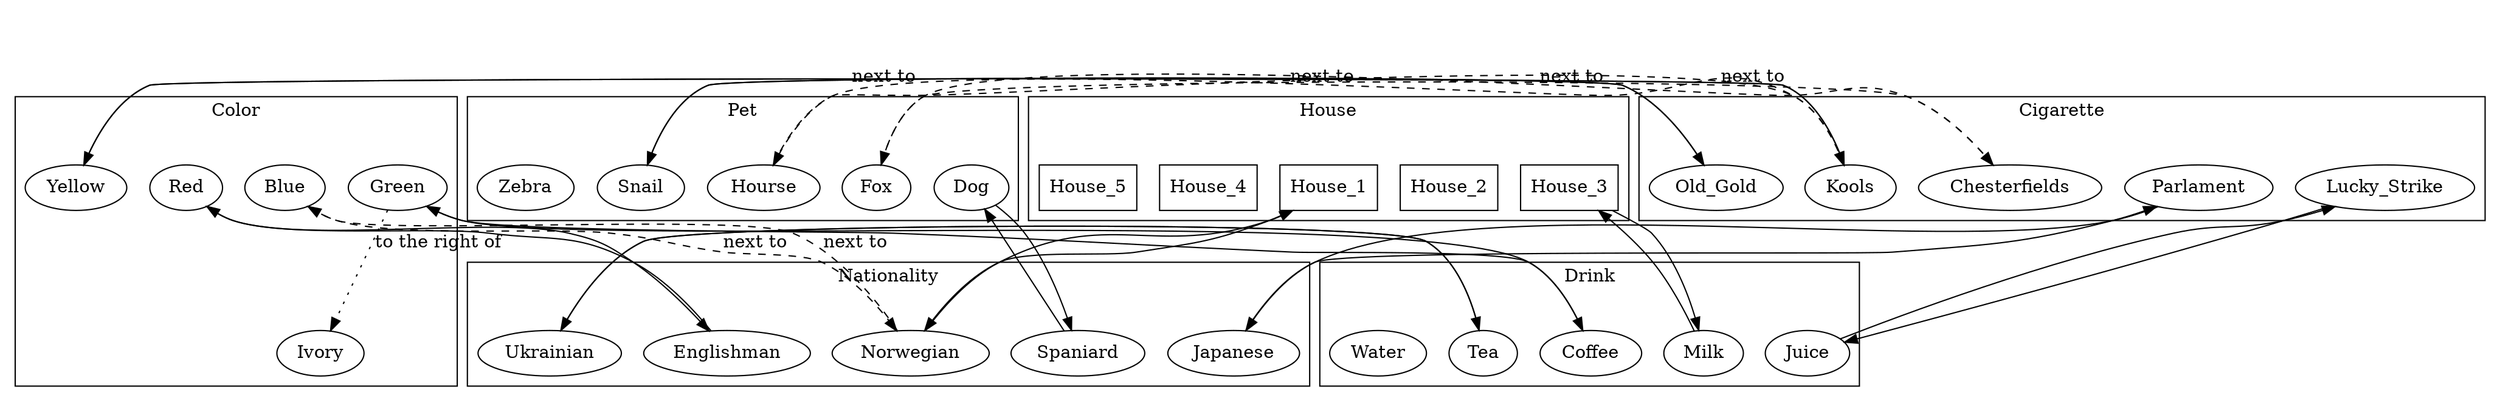
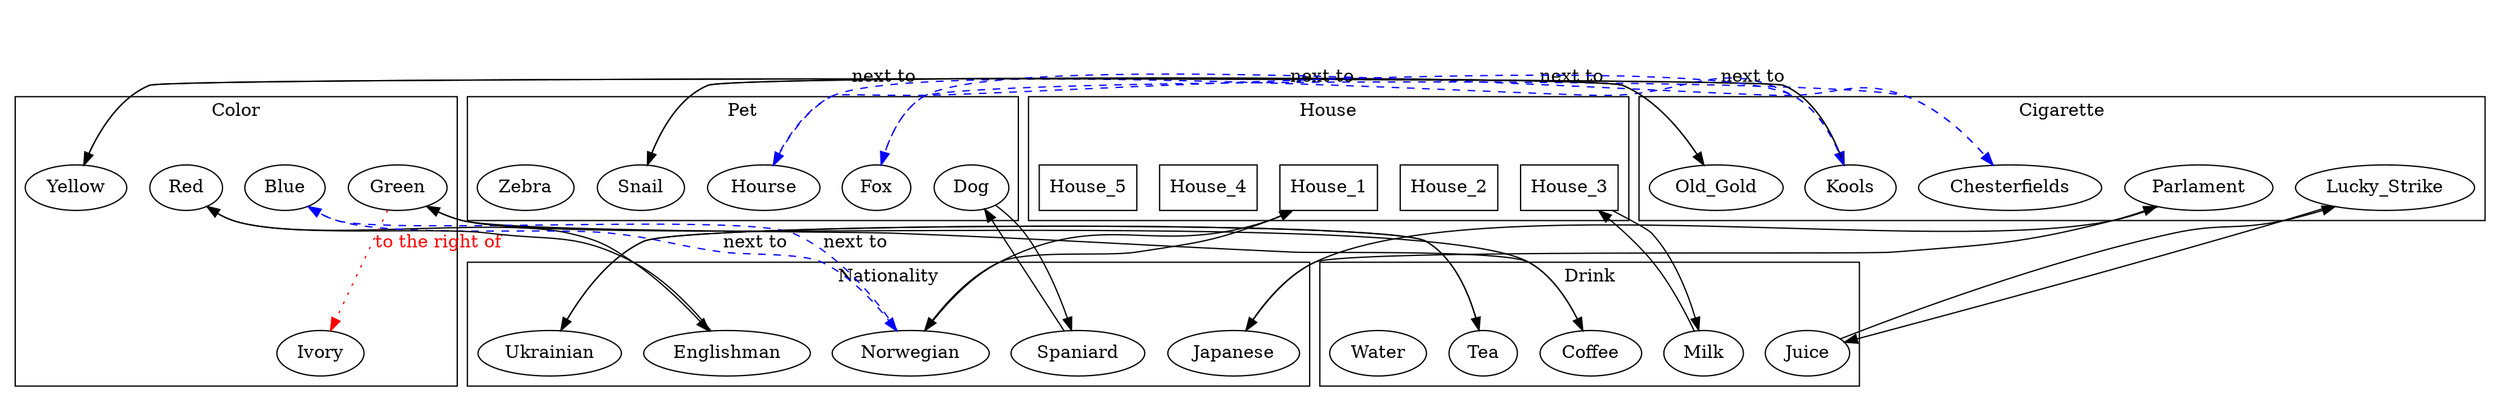
digraph G {
    subgraph cluster_house {
        House_1, House_2, House_3, House_4, House_5 [shape=box];
        label="House";
    }

    subgraph cluster_color {
        Ivory, Yellow, Red, Green, Blue;
        label="Color";
    }

    subgraph cluster_nation {
        Englishman, Spaniard, Ukrainian, Japanese, Norwegian;
        label="Nationality";
    }

    subgraph cluster_pet {
        Dog, Hourse, Snail, Fox, Zebra;
        label="Pet";
    }

    subgraph cluster_cigarette {
        Old_Gold, Chesterfields, Lucky_Strike, Kools, Parlament;
        label="Cigarette";
    }

    subgraph cluster_drink {
        Coffee, Milk, Tea, Juice, Water;
        label="Drink";
    }

    Englishman -> Red;
    Red -> Englishman;

    Spaniard -> Dog;
    Dog -> Spaniard;

    Coffee -> Green;
    Green -> Coffee;

    Ukrainian -> Tea;
    Tea -> Ukrainian;

-     Green -> Ivory [label="to the right of" style=dotted];
+     Green -> Ivory [label=<<font color="red">to the right of</font>> style=dotted color="red"];

    Old_Gold -> Snail;
    Snail -> Old_Gold;

    Kools -> Yellow;
    Yellow -> Kools;

    Milk -> House_3;
    House_3 -> Milk;

    Norwegian -> House_1;
    House_1 -> Norwegian;

-     Chesterfields -> Fox [label="next to" style=dashed];
-     Fox -> Chesterfields [label="next to" style=dashed];
+     Chesterfields -> Fox [label="next to" style=dashed color="blue"];
+     Fox -> Chesterfields [label="next to" style=dashed color="blue"];

-     Kools -> Hourse [label="next to" style=dashed];
-     Hourse -> Kools [label="next to" style=dashed];
+     Kools -> Hourse [label="next to" style=dashed color="blue"];
+     Hourse -> Kools [label="next to" style=dashed color="blue"];

    Lucky_Strike -> Juice;
    Juice -> Lucky_Strike;

    Japanese -> Parlament;
    Parlament -> Japanese;

-     Norwegian -> Blue [label="next to" style=dashed];
-     Blue -> Norwegian [label="next to" style=dashed];
+     Norwegian -> Blue [label="next to" style=dashed color="blue"];
+     Blue -> Norwegian [label="next to" style=dashed color="blue"];
}
